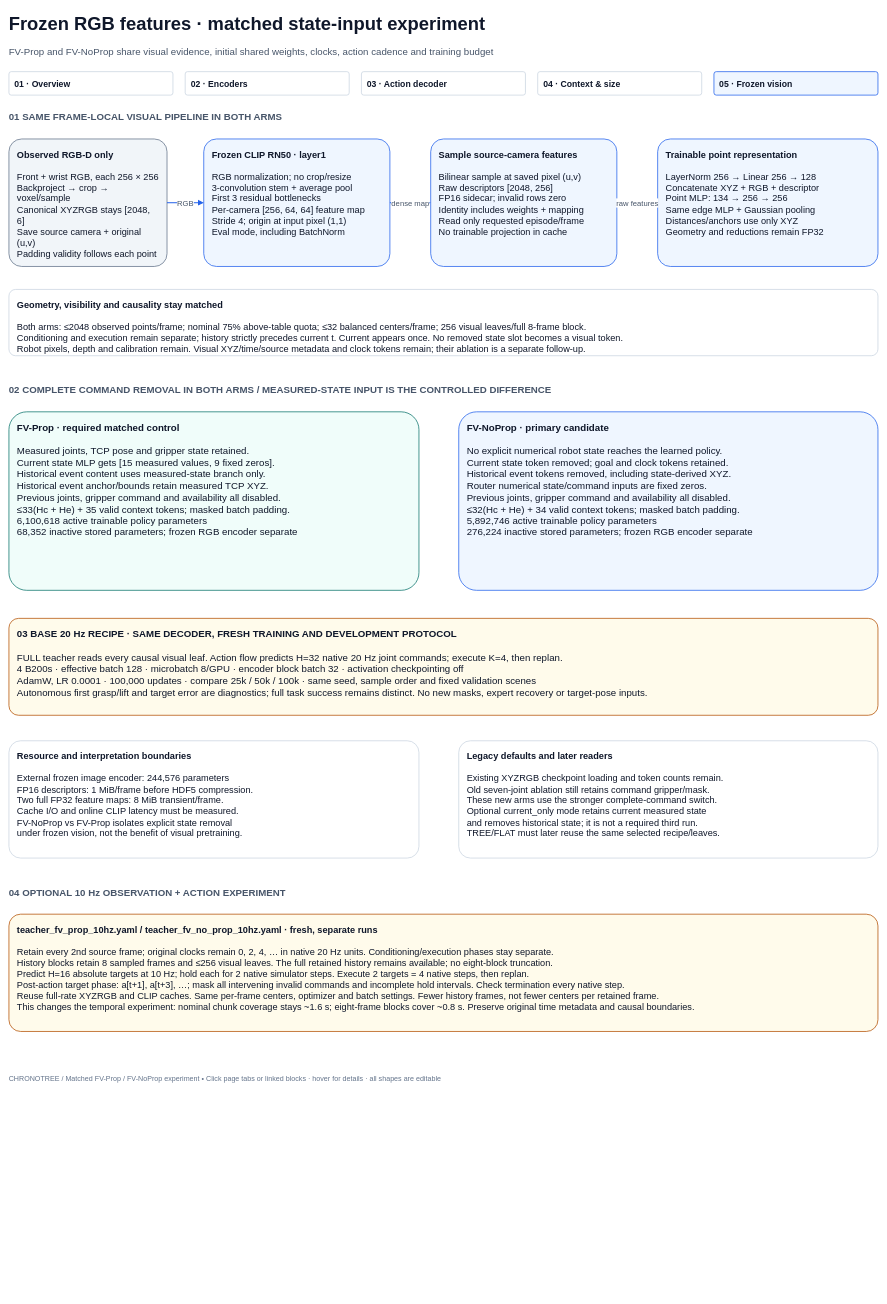
Earlier version of the draw.io diagram page "05 · Frozen vision" (5 of 5) of docs/diagrams/teacher_architecture.drawio (Ricvalp/chronotree). Source tidied: cells renumbered, new cells numbered last; positions are measured from the earlier drawing's top-left corner, leaving out a move shared by most shapes. Both pictures are drawn from the tidied source at 51%, with x=0, y=0 at pixel (9, 9).
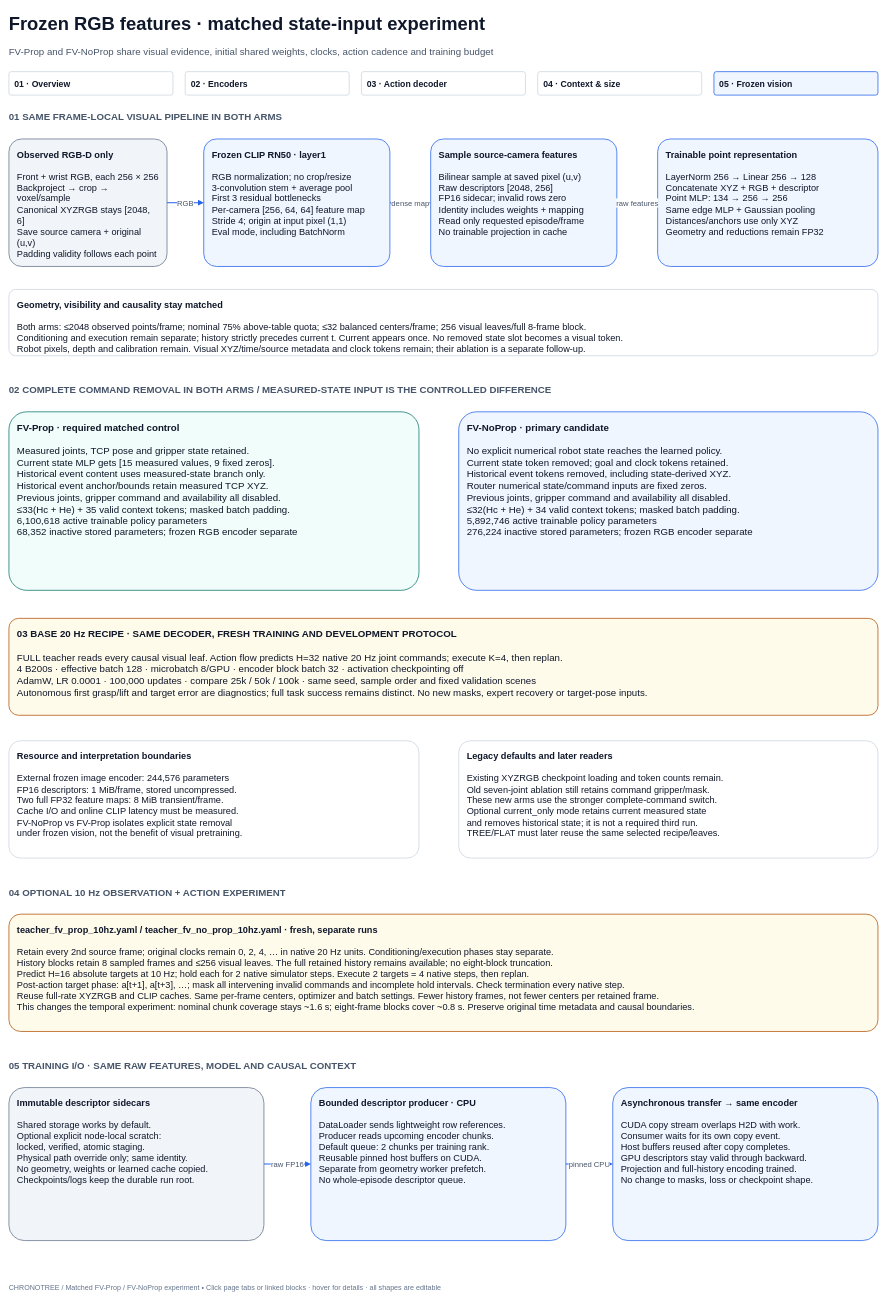
The same page after the edit.

Change to the diagram source:
```diff
@@
     <mxCell id="10" value="CHRONOTREE  /  Matched FV-Prop / FV-NoProp experiment     •     Click page tabs or linked blocks · hover for details · all shapes are editable" style="text;html=1;align=left;verticalAlign=middle;whiteSpace=wrap;overflow=hidden;fontFamily=Arial;fontSize=14;fontColor=#64748B;fontStyle=0;spacing=0;" parent="1" vertex="1">
-      <mxGeometry y="2082" width="1690" height="30" as="geometry" />
+      <mxGeometry y="2492" width="1690" height="30" as="geometry" />
     </mxCell>
@@
-    <mxCell id="24" value="&lt;b&gt;Resource and interpretation boundaries&lt;/b&gt;&lt;br&gt;&lt;br&gt;External frozen image encoder: 244,576 parameters&lt;br&gt;FP16 descriptors: 1 MiB/frame before HDF5 compression.&lt;br&gt;Two full FP32 feature maps: 8 MiB transient/frame.&lt;br&gt;Cache I/O and online CLIP latency must be measured.&lt;br&gt;FV-NoProp vs FV-Prop isolates explicit state removal&lt;br&gt;under frozen vision, not the benefit of visual pretraining." style="rounded=1;arcSize=10;whiteSpace=wrap;html=1;fillColor=#FFFFFF;strokeColor=#CBD5E1;strokeWidth=1.5;align=left;verticalAlign=top;spacing=16;fontFamily=Arial;fontSize=18;fontColor=#0F172A;shadow=0;" parent="2" vertex="1">
+    <mxCell id="24" value="&lt;b&gt;Resource and interpretation boundaries&lt;/b&gt;&lt;br&gt;&lt;br&gt;External frozen image encoder: 244,576 parameters&lt;br&gt;FP16 descriptors: 1 MiB/frame, stored uncompressed.&lt;br&gt;Two full FP32 feature maps: 8 MiB transient/frame.&lt;br&gt;Cache I/O and online CLIP latency must be measured.&lt;br&gt;FV-NoProp vs FV-Prop isolates explicit state removal&lt;br&gt;under frozen vision, not the benefit of visual pretraining." style="rounded=1;arcSize=10;whiteSpace=wrap;html=1;fillColor=#FFFFFF;strokeColor=#CBD5E1;strokeWidth=1.5;align=left;verticalAlign=top;spacing=16;fontFamily=Arial;fontSize=18;fontColor=#0F172A;shadow=0;" parent="2" vertex="1">
       <mxGeometry y="1435" width="804" height="230" as="geometry" />
     </mxCell>
@@
+    <mxCell id="28" value="05  TRAINING I/O · SAME RAW FEATURES, MODEL AND CAUSAL CONTEXT" style="text;html=1;align=left;verticalAlign=middle;whiteSpace=wrap;overflow=hidden;fontFamily=Arial;fontSize=19;fontColor=#475569;fontStyle=1;spacing=0;" parent="1" vertex="1">
+      <mxGeometry y="2055" width="1704" height="35" as="geometry" />
+    </mxCell>
+    <mxCell id="29" value="&lt;b&gt;Immutable descriptor sidecars&lt;/b&gt;&lt;br&gt;&lt;br&gt;Shared storage works by default.&lt;br&gt;Optional explicit node-local scratch:&lt;br&gt;locked, verified, atomic staging.&lt;br&gt;Physical path override only; same identity.&lt;br&gt;No geometry, weights or learned cache copied.&lt;br&gt;Checkpoints/logs keep the durable run root." style="rounded=1;arcSize=10;whiteSpace=wrap;html=1;fillColor=#F1F5F9;strokeColor=#64748B;strokeWidth=1.5;align=left;verticalAlign=top;spacing=16;fontFamily=Arial;fontSize=18;fontColor=#0F172A;shadow=0;" parent="1" vertex="1">
+      <mxGeometry y="2115" width="500" height="300" as="geometry" />
+    </mxCell>
+    <mxCell id="30" value="&lt;b&gt;Bounded descriptor producer · CPU&lt;/b&gt;&lt;br&gt;&lt;br&gt;DataLoader sends lightweight row references.&lt;br&gt;Producer reads upcoming encoder chunks.&lt;br&gt;Default queue: 2 chunks per training rank.&lt;br&gt;Reusable pinned host buffers on CUDA.&lt;br&gt;Separate from geometry worker prefetch.&lt;br&gt;No whole-episode descriptor queue." style="rounded=1;arcSize=10;whiteSpace=wrap;html=1;fillColor=#EFF6FF;strokeColor=#2563EB;strokeWidth=1.5;align=left;verticalAlign=top;spacing=16;fontFamily=Arial;fontSize=18;fontColor=#0F172A;shadow=0;" parent="1" vertex="1">
+      <mxGeometry x="592" y="2115" width="500" height="300" as="geometry" />
+    </mxCell>
+    <mxCell id="31" value="&lt;b&gt;Asynchronous transfer → same encoder&lt;/b&gt;&lt;br&gt;&lt;br&gt;CUDA copy stream overlaps H2D with work.&lt;br&gt;Consumer waits for its own copy event.&lt;br&gt;Host buffers reused after copy completes.&lt;br&gt;GPU descriptors stay valid through backward.&lt;br&gt;Projection and full-history encoding trained.&lt;br&gt;No change to masks, loss or checkpoint shape." style="rounded=1;arcSize=10;whiteSpace=wrap;html=1;fillColor=#EFF6FF;strokeColor=#2563EB;strokeWidth=1.5;align=left;verticalAlign=top;spacing=16;fontFamily=Arial;fontSize=18;fontColor=#0F172A;shadow=0;" parent="1" vertex="1">
+      <mxGeometry x="1184" y="2115" width="520" height="300" as="geometry" />
+    </mxCell>
+    <mxCell id="32" value="raw FP16" style="edgeStyle=orthogonalEdgeStyle;rounded=1;jettySize=auto;html=1;endArrow=block;endFill=1;strokeColor=#2563EB;strokeWidth=2;fontFamily=Arial;fontSize=15;fontColor=#475569;labelBackgroundColor=#FFFFFF;" parent="1" edge="1" source="29" target="30">
+      <mxGeometry relative="1" as="geometry" />
+    </mxCell>
+    <mxCell id="33" value="pinned CPU" style="edgeStyle=orthogonalEdgeStyle;rounded=1;jettySize=auto;html=1;endArrow=block;endFill=1;strokeColor=#2563EB;strokeWidth=2;fontFamily=Arial;fontSize=15;fontColor=#475569;labelBackgroundColor=#FFFFFF;" parent="1" edge="1" source="30" target="31">
+      <mxGeometry relative="1" as="geometry" />
+    </mxCell>
```
